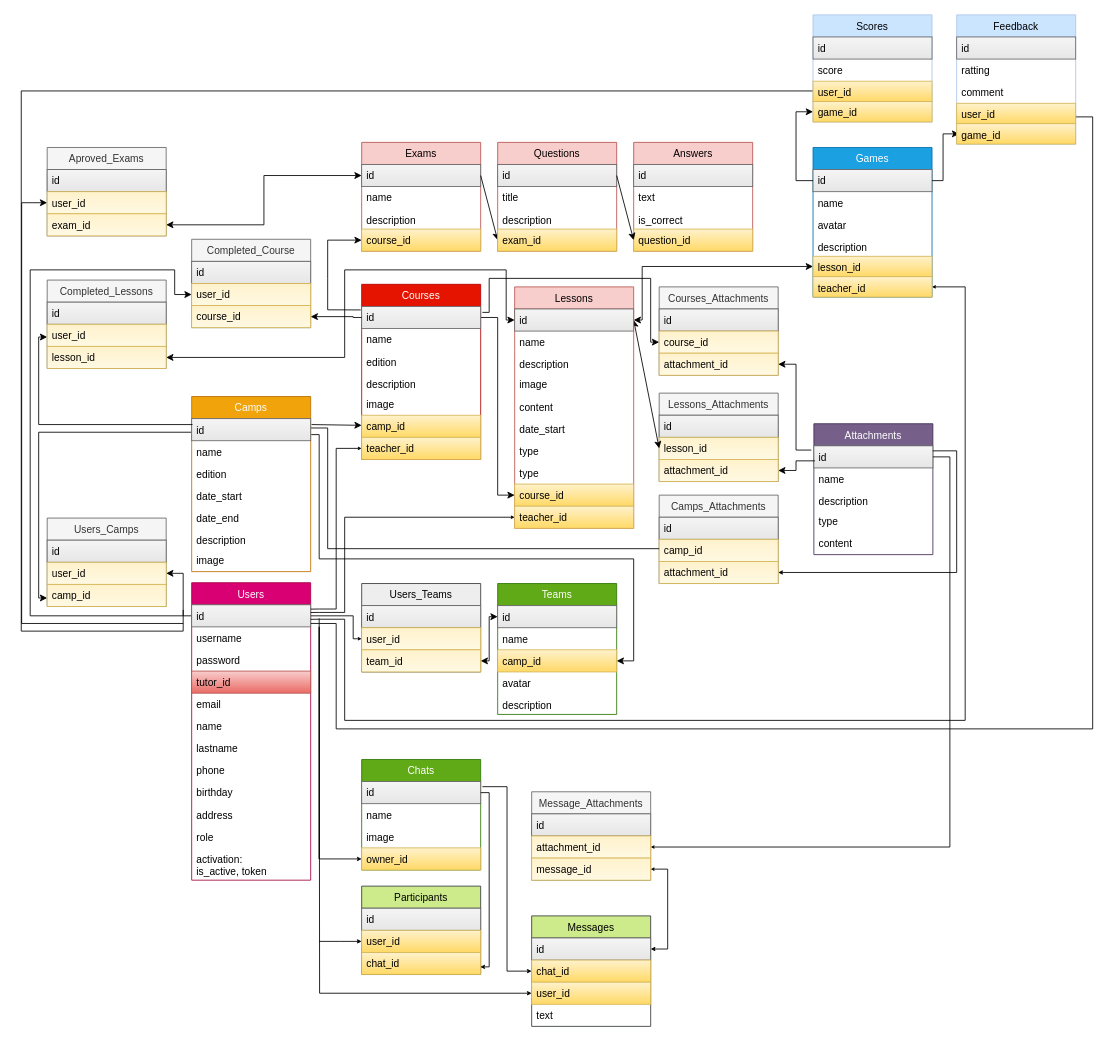
Above: bin/bbdd-game-camp.drawio in OneLifeDesigning/wellness-api (draw.io), before the change. Source tidied: cells renumbered, new cells numbered last; positions are measured from the earlier drawing's top-left corner, leaving out a move shared by most shapes. Both pictures are drawn from the tidied source at 85%, with x=0, y=0 at pixel (21, 14).
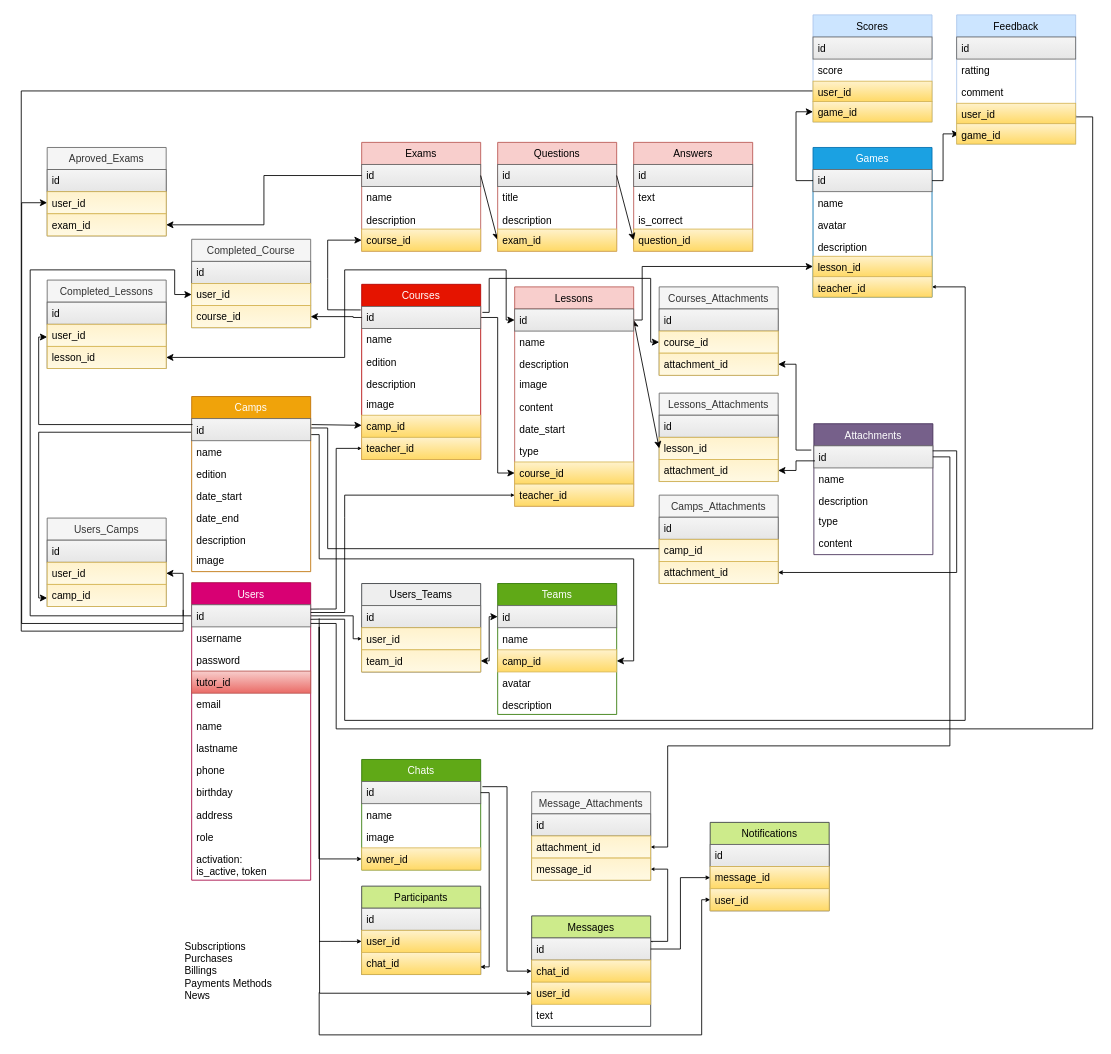
The same page after the edit.

Unchanged cells that the change refers to:
```xml
<mxCell id="34" value="id" style="text;strokeColor=#666666;fillColor=#f5f5f5;align=left;verticalAlign=top;spacingLeft=4;spacingRight=4;overflow=hidden;points=[[0,0.5],[1,0.5]];portConstraint=eastwest;gradientColor=#E6E6E6;" parent="33" vertex="1">
  <mxGeometry y="26" width="140" height="26" as="geometry" />
</mxCell>
<mxCell id="52" value="id" style="text;strokeColor=#666666;fillColor=#f5f5f5;align=left;verticalAlign=top;spacingLeft=4;spacingRight=4;overflow=hidden;points=[[0,0.5],[1,0.5]];portConstraint=eastwest;gradientColor=#E6E6E6;" parent="51" vertex="1">
  <mxGeometry y="26" width="140" height="26" as="geometry" />
</mxCell>
<mxCell id="65" value="lesson_id" style="text;strokeColor=#d6b656;fillColor=#fff2cc;align=left;verticalAlign=top;spacingLeft=4;spacingRight=4;overflow=hidden;points=[[0,0.5],[1,0.5]];portConstraint=eastwest;gradientColor=#FFF9E3;" parent="63" vertex="1">
  <mxGeometry y="52" width="140" height="26" as="geometry" />
</mxCell>
<mxCell id="90" value="exam_id" style="text;strokeColor=#d6b656;fillColor=#fff2cc;align=left;verticalAlign=top;spacingLeft=4;spacingRight=4;overflow=hidden;points=[[0,0.5],[1,0.5]];portConstraint=eastwest;gradientColor=#FFF9E3;" parent="87" vertex="1">
  <mxGeometry y="78" width="140" height="26" as="geometry" />
</mxCell>
<mxCell id="108" value="lesson_id" style="text;strokeColor=#d6b656;fillColor=#fff2cc;align=left;verticalAlign=top;spacingLeft=4;spacingRight=4;overflow=hidden;points=[[0,0.5],[1,0.5]];portConstraint=eastwest;gradientColor=#ffd966;" parent="103" vertex="1">
  <mxGeometry y="128" width="140" height="24" as="geometry" />
</mxCell>
<mxCell id="137" value="id" style="text;strokeColor=#666666;fillColor=#f5f5f5;align=left;verticalAlign=top;spacingLeft=4;spacingRight=4;overflow=hidden;points=[[0,0.5],[1,0.5]];portConstraint=eastwest;gradientColor=#E6E6E6;" parent="136" vertex="1">
  <mxGeometry y="26" width="140" height="26" as="geometry" />
</mxCell>
<mxCell id="161" value="id" style="text;strokeColor=#666666;fillColor=#f5f5f5;align=left;verticalAlign=top;spacingLeft=4;spacingRight=4;overflow=hidden;points=[[0,0.5],[1,0.5]];portConstraint=eastwest;gradientColor=#E6E6E6;" parent="160" vertex="1">
  <mxGeometry y="26" width="140" height="26" as="geometry" />
</mxCell>
<mxCell id="169" value="attachment_id" style="text;strokeColor=#d6b656;fillColor=#fff2cc;align=left;verticalAlign=top;spacingLeft=4;spacingRight=4;overflow=hidden;points=[[0,0.5],[1,0.5]];portConstraint=eastwest;gradientColor=#FFF9E3;" parent="167" vertex="1">
  <mxGeometry y="52" width="140" height="26" as="geometry" />
</mxCell>
<mxCell id="170" value="message_id" style="text;strokeColor=#d6b656;fillColor=#fff2cc;align=left;verticalAlign=top;spacingLeft=4;spacingRight=4;overflow=hidden;points=[[0,0.5],[1,0.5]];portConstraint=eastwest;gradientColor=#FFF9E3;" parent="167" vertex="1">
  <mxGeometry y="78" width="140" height="26" as="geometry" />
</mxCell>
```

The edit, as a diff of the source:
```diff
@@
-    <mxCell id="71" style="rounded=0;jettySize=auto;html=1;exitX=1;exitY=0.5;exitDx=0;exitDy=0;entryX=0;entryY=0.5;entryDx=0;entryDy=0;startArrow=classic;startFill=1;" parent="1" edge="1" source="137" target="65">
+    <mxCell id="71" style="rounded=0;jettySize=auto;html=1;exitX=1;exitY=0.5;exitDx=0;exitDy=0;entryX=0;entryY=0.5;entryDx=0;entryDy=0;startArrow=classic;startFill=1;endArrow=classic;endFill=1;" parent="1" edge="1" source="137" target="65">
       <mxGeometry relative="1" as="geometry" />
     </mxCell>
@@
-    <mxCell id="85" style="edgeStyle=orthogonalEdgeStyle;rounded=0;jettySize=auto;html=1;exitX=1;exitY=0.5;exitDx=0;exitDy=0;entryX=0;entryY=0.5;entryDx=0;entryDy=0;startArrow=classic;startFill=1;" parent="1" edge="1" source="90" target="34">
+    <mxCell id="85" style="edgeStyle=orthogonalEdgeStyle;rounded=0;jettySize=auto;html=1;exitX=1;exitY=0.5;exitDx=0;exitDy=0;entryX=0;entryY=0.5;entryDx=0;entryDy=0;startArrow=classic;startFill=1;endArrow=none;endFill=0;" parent="1" edge="1" source="90" target="34">
       <mxGeometry relative="1" as="geometry" />
     </mxCell>
@@
-    <mxCell id="95" style="edgeStyle=orthogonalEdgeStyle;rounded=0;jettySize=auto;html=1;exitX=0;exitY=0.5;exitDx=0;exitDy=0;entryX=1;entryY=0.5;entryDx=0;entryDy=0;startArrow=classic;startFill=1;" parent="1" edge="1" source="108" target="137">
+    <mxCell id="95" style="edgeStyle=orthogonalEdgeStyle;rounded=0;jettySize=auto;html=1;exitX=0;exitY=0.5;exitDx=0;exitDy=0;entryX=1;entryY=0.5;entryDx=0;entryDy=0;startArrow=classic;startFill=1;endArrow=none;endFill=0;" parent="1" edge="1" source="108" target="137">
       <mxGeometry relative="1" as="geometry">
         <Array as="points">
           <mxPoint x="730" y="296" />
           <mxPoint x="730" y="359" />
         </Array>
       </mxGeometry>
     </mxCell>
@@
     <mxCell id="136" value="Lessons" style="swimlane;fontStyle=0;horizontal=1;startSize=26;fillColor=#f8cecc;strokeColor=#b85450;" parent="1" vertex="1">
-      <mxGeometry x="580" y="320" width="140" height="284" as="geometry" />
+      <mxGeometry x="580" y="320" width="140" height="258" as="geometry" />
     </mxCell>
@@
-    <mxCell id="144" value="type" style="text;strokeColor=none;fillColor=none;align=left;verticalAlign=top;spacingLeft=4;spacingRight=4;overflow=hidden;" parent="136" vertex="1">
-      <mxGeometry y="206" width="140" height="26" as="geometry" />
-    </mxCell>
     <mxCell id="145" value="course_id" style="text;strokeColor=#d6b656;fillColor=#fff2cc;align=left;verticalAlign=top;spacingLeft=4;spacingRight=4;overflow=hidden;points=[[0,0.5],[1,0.5]];portConstraint=eastwest;gradientColor=#ffd966;" parent="136" vertex="1">
-      <mxGeometry y="232" width="140" height="26" as="geometry" />
+      <mxGeometry y="206" width="140" height="26" as="geometry" />
     </mxCell>
     <mxCell id="146" value="teacher_id" style="text;strokeColor=#d6b656;fillColor=#fff2cc;align=left;verticalAlign=top;spacingLeft=4;spacingRight=4;overflow=hidden;points=[[0,0.5],[1,0.5]];portConstraint=eastwest;gradientColor=#ffd966;" parent="136" vertex="1">
-      <mxGeometry y="258" width="140" height="26" as="geometry" />
+      <mxGeometry y="232" width="140" height="26" as="geometry" />
     </mxCell>
@@
-    <mxCell id="158" style="edgeStyle=orthogonalEdgeStyle;rounded=0;jettySize=auto;html=1;entryX=1;entryY=0.5;entryDx=0;entryDy=0;startArrow=classic;startFill=1;startSize=2;endArrow=classic;endFill=1;endSize=3;exitX=1;exitY=0.5;exitDx=0;exitDy=0;" parent="1" edge="1" source="170" target="161">
-      <mxGeometry relative="1" as="geometry" />
+    <mxCell id="158" style="edgeStyle=orthogonalEdgeStyle;rounded=0;jettySize=auto;html=1;entryX=1.015;entryY=0.173;entryDx=0;entryDy=0;startArrow=classic;startFill=1;startSize=2;endArrow=none;endFill=0;endSize=3;exitX=1;exitY=0.5;exitDx=0;exitDy=0;entryPerimeter=0;" parent="1" edge="1" source="170" target="161">
+      <mxGeometry relative="1" as="geometry">
+        <Array as="points">
+          <mxPoint x="760" y="1005" />
+          <mxPoint x="760" y="1090" />
+          <mxPoint x="740" y="1090" />
+        </Array>
+      </mxGeometry>
     </mxCell>
     <mxCell id="159" style="edgeStyle=orthogonalEdgeStyle;rounded=0;jettySize=auto;html=1;startArrow=classic;startFill=1;startSize=2;endArrow=none;endFill=0;endSize=3;entryX=1;entryY=0.5;entryDx=0;entryDy=0;exitX=1;exitY=0.5;exitDx=0;exitDy=0;" parent="1" edge="1" source="169" target="52">
       <mxGeometry relative="1" as="geometry">
         <Array as="points">
-          <mxPoint x="1092" y="979" />
+          <mxPoint x="760" y="979" />
+          <mxPoint x="760" y="860" />
+          <mxPoint x="1092" y="860" />
           <mxPoint x="1092" y="520" />
         </Array>
       </mxGeometry>
     </mxCell>
@@
+    <mxCell id="174" value="Notifications" style="swimlane;fontStyle=0;horizontal=1;startSize=26;fillColor=#cdeb8b;strokeColor=#36393d;" parent="1" vertex="1">
+      <mxGeometry x="810" y="950" width="140" height="104" as="geometry" />
+    </mxCell>
+    <mxCell id="175" value="id" style="text;strokeColor=#666666;fillColor=#f5f5f5;align=left;verticalAlign=top;spacingLeft=4;spacingRight=4;overflow=hidden;gradientColor=#E6E6E6;" parent="174" vertex="1">
+      <mxGeometry y="26" width="140" height="26" as="geometry" />
+    </mxCell>
+    <mxCell id="176" value="message_id" style="text;strokeColor=#d6b656;fillColor=#fff2cc;align=left;verticalAlign=top;spacingLeft=4;spacingRight=4;overflow=hidden;points=[[0,0.5],[1,0.5]];portConstraint=eastwest;gradientColor=#ffd966;" parent="174" vertex="1">
+      <mxGeometry y="52" width="140" height="26" as="geometry" />
+    </mxCell>
+    <mxCell id="177" value="user_id" style="text;strokeColor=#d6b656;fillColor=#fff2cc;align=left;verticalAlign=top;spacingLeft=4;spacingRight=4;overflow=hidden;gradientColor=#ffd966;" parent="174" vertex="1">
+      <mxGeometry y="78" width="140" height="26" as="geometry" />
+    </mxCell>
+    <mxCell id="178" style="edgeStyle=elbowEdgeStyle;rounded=0;jettySize=auto;html=1;exitX=0;exitY=0.5;exitDx=0;exitDy=0;startArrow=classic;startFill=1;startSize=3;endArrow=none;endFill=0;endSize=3;entryX=1;entryY=0.5;entryDx=0;entryDy=0;" parent="1" edge="1" source="176" target="161">
+      <mxGeometry relative="1" as="geometry" />
+    </mxCell>
+    <mxCell id="179" style="edgeStyle=orthogonalEdgeStyle;rounded=0;orthogonalLoop=1;jettySize=auto;html=1;startArrow=classic;startFill=1;startSize=3;endArrow=none;endFill=0;endSize=3;elbow=vertical;" parent="1" edge="1">
+      <mxGeometry relative="1" as="geometry">
+        <mxPoint x="810" y="1041" as="sourcePoint" />
+        <mxPoint x="350" y="1150" as="targetPoint" />
+        <Array as="points">
+          <mxPoint x="800" y="1041" />
+          <mxPoint x="800" y="1200" />
+          <mxPoint x="350" y="1200" />
+        </Array>
+      </mxGeometry>
+    </mxCell>
+    <mxCell id="180" value="&lt;div&gt;Subscriptions&lt;/div&gt;&lt;div&gt;Purchases&lt;/div&gt;&lt;div&gt;Billings&lt;/div&gt;&lt;div&gt;Payments Methods&lt;/div&gt;&lt;div&gt;News&lt;/div&gt;" style="text;html=1;align=left;verticalAlign=middle;" parent="1" vertex="1">
+      <mxGeometry x="190" y="1085" width="120" height="80" as="geometry" />
+    </mxCell>
```
